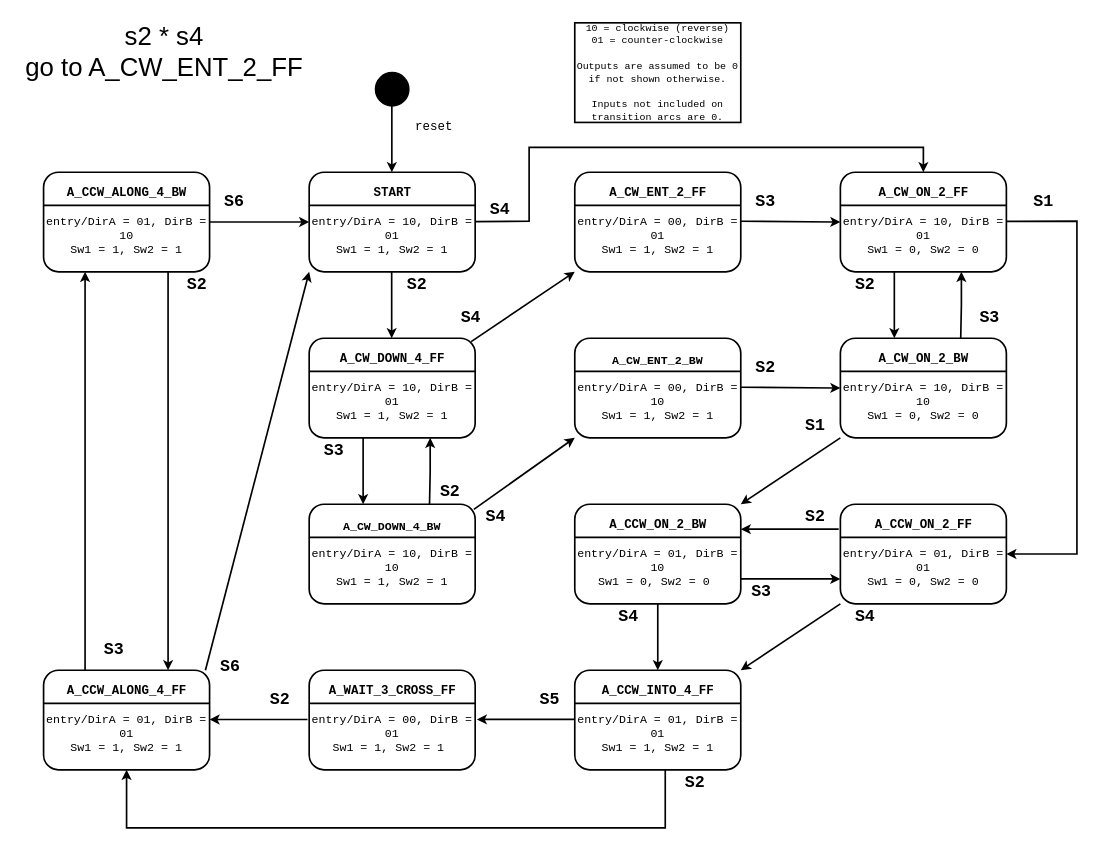
printjoshhere/CS1301 keeps this draw.io diagram as page "Lab6PreLab" (4 of 4) of CS1301/Untitled Diagram.drawio. Above is the earlier version. Source tidied: cells renumbered, new cells numbered last; positions are measured from the earlier drawing's top-left corner, leaving out a move shared by most shapes. Both pictures are drawn from the tidied source at 83%, with x=0, y=0 at pixel (14, 14).
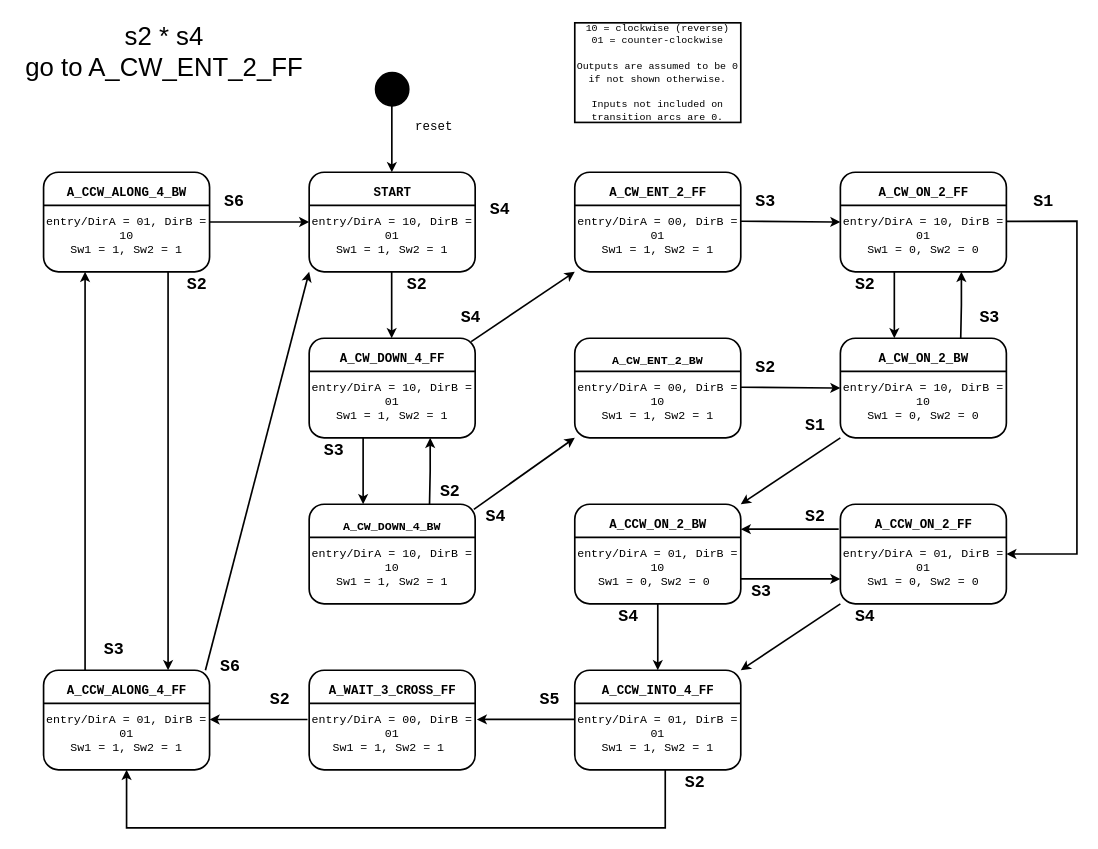
The same diagram, later.

Unchanged cells that the change refers to:
```xml
<mxCell id="41" value="&lt;font style=&quot;font-size: 14px;&quot; face=&quot;consolas&quot;&gt;&lt;br&gt;&lt;br&gt;&lt;br&gt;&lt;font style=&quot;font-size: 14px;&quot;&gt;entry/DirA = 10, DirB = 01&lt;/font&gt;&lt;br&gt;&lt;font style=&quot;font-size: 14px;&quot;&gt;Sw1 = 0, Sw2 = 0&lt;/font&gt;&lt;br&gt;&lt;span style=&quot;&quot;&gt;&amp;nbsp;&lt;/span&gt;&lt;/font&gt;" style="rounded=1;whiteSpace=wrap;html=1;strokeWidth=2;" parent="1" vertex="1">
  <mxGeometry x="995" y="190" width="200" height="120" as="geometry" />
</mxCell>
```

Diff of the diagram source:
```diff
@@
-    <mxCell id="88" style="endArrow=classic;html=1;rounded=0;strokeWidth=2;fontSize=15;entryX=0.5;entryY=0;entryDx=0;entryDy=0;" parent="1" edge="1" target="41">
-      <mxGeometry relative="1" as="geometry">
-        <mxPoint x="555" y="249.5" as="sourcePoint" />
-        <Array as="points">
-          <mxPoint x="620" y="249" />
-          <mxPoint x="620" y="160" />
-          <mxPoint x="1095" y="160" />
-        </Array>
-      </mxGeometry>
-    </mxCell>
```
